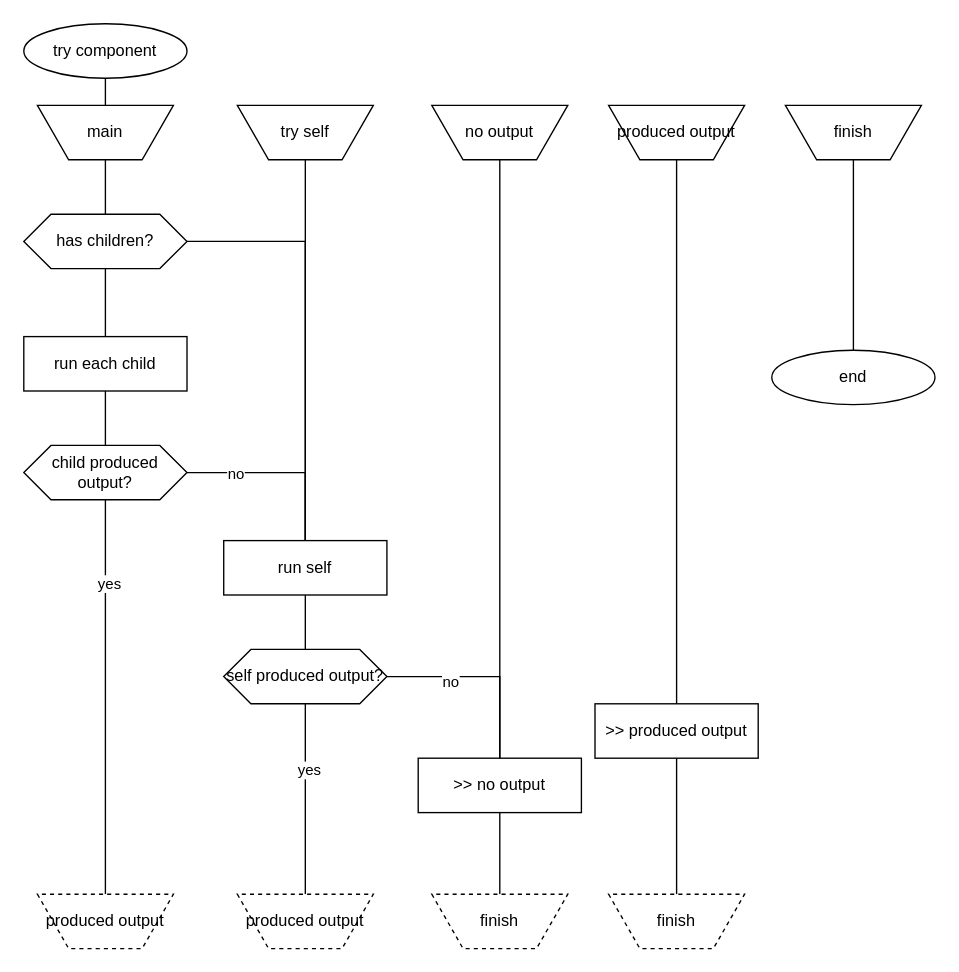
Above: tryMeWithoutRouting.drawio in guitarvydas/duct (draw.io), before the change. Source tidied: cells renumbered, new cells numbered last; positions are measured from the earlier drawing's top-left corner, leaving out a move shared by most shapes. Both pictures are drawn from the tidied source at 136%, with x=0, y=0 at pixel (23, 23).
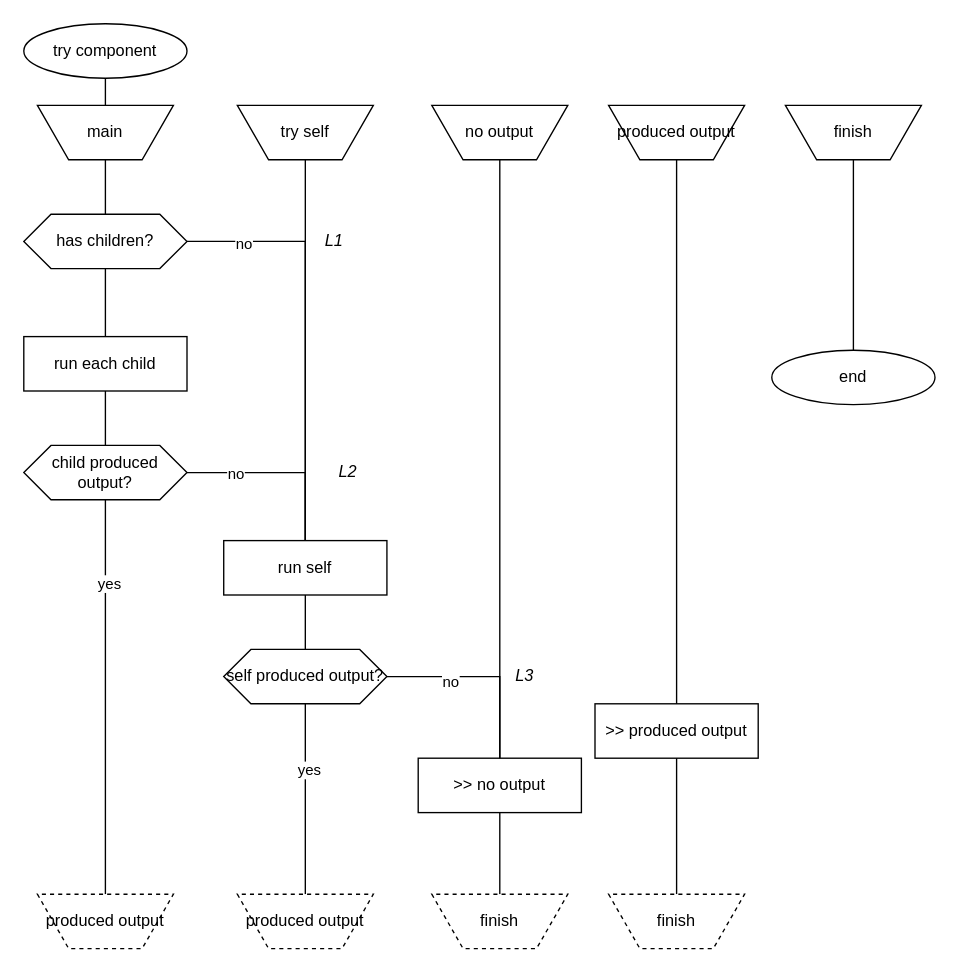
Above is the later version.

The change refers to these unchanged cells:
```xml
<mxCell id="5" style="edgeStyle=orthogonalEdgeStyle;rounded=0;jettySize=auto;html=1;exitX=1;exitY=0.5;exitDx=0;exitDy=0;entryX=0.5;entryY=0;entryDx=0;entryDy=0;endArrow=none;endFill=0;" parent="1" edge="1" source="6" target="29">
  <mxGeometry relative="1" as="geometry" />
</mxCell>
```

Change to the diagram source:
```diff
@@
+    <mxCell id="33" value="no" style="edgeLabel;html=1;align=center;verticalAlign=middle;" parent="5" vertex="1">
+      <mxGeometry x="-0.73" y="-1" relative="1" as="geometry" />
+    </mxCell>
@@
+    <mxCell id="34" value="&lt;i&gt;L1&lt;/i&gt;" style="text;html=1;strokeColor=none;fillColor=none;align=center;verticalAlign=middle;whiteSpace=wrap;rounded=0;" parent="1" vertex="1">
+      <mxGeometry x="217" y="150" width="23" height="20" as="geometry" />
+    </mxCell>
+    <mxCell id="35" value="&lt;i&gt;L2&lt;/i&gt;" style="text;html=1;strokeColor=none;fillColor=none;align=center;verticalAlign=middle;whiteSpace=wrap;rounded=0;" parent="1" vertex="1">
+      <mxGeometry x="227" y="320" width="23" height="20" as="geometry" />
+    </mxCell>
+    <mxCell id="36" value="&lt;i&gt;L3&lt;/i&gt;" style="text;html=1;strokeColor=none;fillColor=none;align=center;verticalAlign=middle;whiteSpace=wrap;rounded=0;" parent="1" vertex="1">
+      <mxGeometry x="357" y="470" width="23" height="20" as="geometry" />
+    </mxCell>
```
